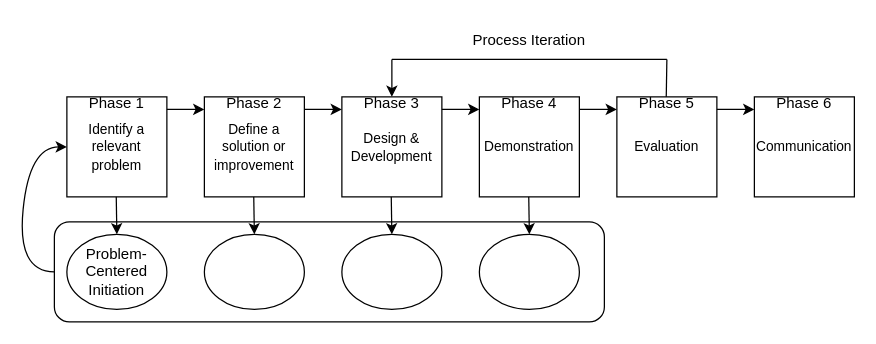
Before: DSRM.drawio in sebazai/masters, a draw.io diagram. Source tidied: cells renumbered, new cells numbered last; positions are measured from the earlier drawing's top-left corner, leaving out a move shared by most shapes. Both pictures are drawn from the tidied source at 125%, with x=0, y=0 at pixel (16, 21).
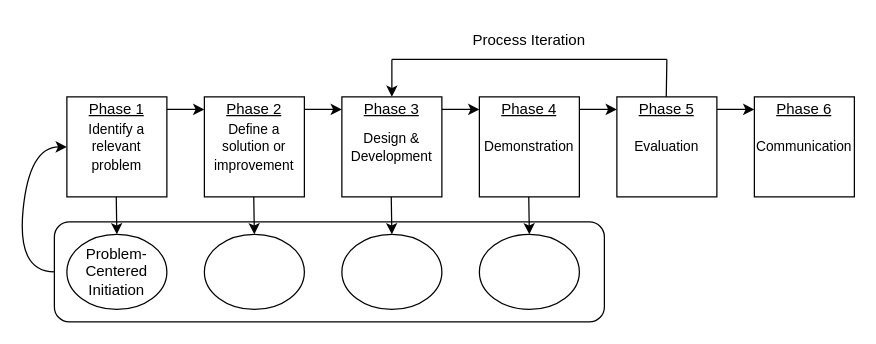
Above is the later version.

The edit, as a diff of the source:
```diff
@@
-    <mxCell id="27" value="Phase 1" style="text;html=1;align=center;verticalAlign=middle;whiteSpace=wrap;rounded=0;" parent="1" vertex="1">
-      <mxGeometry x="40" y="60" width="80" height="10" as="geometry" />
+    <mxCell id="27" value="Phase 1" style="text;html=1;align=center;verticalAlign=middle;whiteSpace=wrap;rounded=0;fontStyle=4;" parent="1" vertex="1">
+      <mxGeometry x="40" y="65" width="80" height="10" as="geometry" />
     </mxCell>
-    <mxCell id="28" value="Phase 2" style="text;html=1;align=center;verticalAlign=middle;whiteSpace=wrap;rounded=0;" parent="1" vertex="1">
-      <mxGeometry x="150" y="60" width="80" height="10" as="geometry" />
+    <mxCell id="28" value="Phase 2" style="text;html=1;align=center;verticalAlign=middle;whiteSpace=wrap;rounded=0;fontStyle=4;" parent="1" vertex="1">
+      <mxGeometry x="150" y="65" width="80" height="10" as="geometry" />
     </mxCell>
-    <mxCell id="29" value="Phase 3" style="text;html=1;align=center;verticalAlign=middle;whiteSpace=wrap;rounded=0;" parent="1" vertex="1">
-      <mxGeometry x="260" y="60" width="80" height="10" as="geometry" />
+    <mxCell id="29" value="Phase 3" style="text;html=1;align=center;verticalAlign=middle;whiteSpace=wrap;rounded=0;fontStyle=4;" parent="1" vertex="1">
+      <mxGeometry x="260" y="65" width="80" height="10" as="geometry" />
     </mxCell>
-    <mxCell id="30" value="Phase 4" style="text;html=1;align=center;verticalAlign=middle;whiteSpace=wrap;rounded=0;" parent="1" vertex="1">
-      <mxGeometry x="370" y="60" width="80" height="10" as="geometry" />
+    <mxCell id="30" value="Phase 4" style="text;html=1;align=center;verticalAlign=middle;whiteSpace=wrap;rounded=0;fontStyle=4;" parent="1" vertex="1">
+      <mxGeometry x="370" y="65" width="80" height="10" as="geometry" />
     </mxCell>
-    <mxCell id="31" value="Phase 5" style="text;html=1;align=center;verticalAlign=middle;whiteSpace=wrap;rounded=0;" parent="1" vertex="1">
-      <mxGeometry x="480" y="60" width="80" height="10" as="geometry" />
+    <mxCell id="31" value="Phase 5" style="text;html=1;align=center;verticalAlign=middle;whiteSpace=wrap;rounded=0;fontStyle=4;" parent="1" vertex="1">
+      <mxGeometry x="480" y="65" width="80" height="10" as="geometry" />
     </mxCell>
-    <mxCell id="32" value="Phase 6" style="text;html=1;align=center;verticalAlign=middle;whiteSpace=wrap;rounded=0;" parent="1" vertex="1">
-      <mxGeometry x="590" y="60" width="80" height="10" as="geometry" />
+    <mxCell id="32" value="Phase 6" style="text;html=1;align=center;verticalAlign=middle;whiteSpace=wrap;rounded=0;fontStyle=4;" parent="1" vertex="1">
+      <mxGeometry x="590" y="65" width="80" height="10" as="geometry" />
     </mxCell>
```
